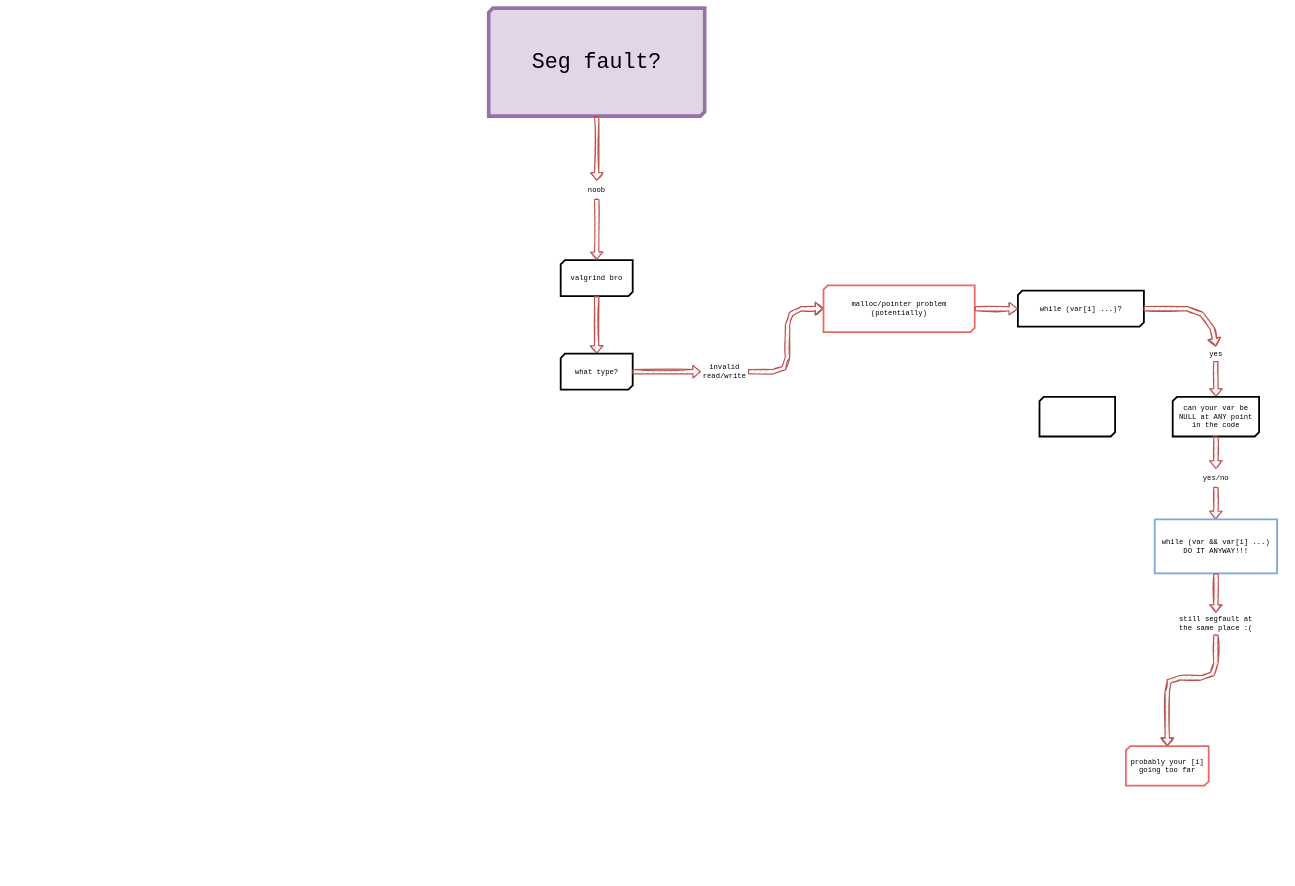
The draw.io diagram Untitled Diagram.drawio in SatNavvv/sigsevguide, before the edit. Source tidied: cells renumbered, new cells numbered last; positions are measured from the earlier drawing's top-left corner, leaving out a move shared by most shapes. Both pictures are drawn from the tidied source at 36%, with x=0, y=0 at pixel (489, 8).
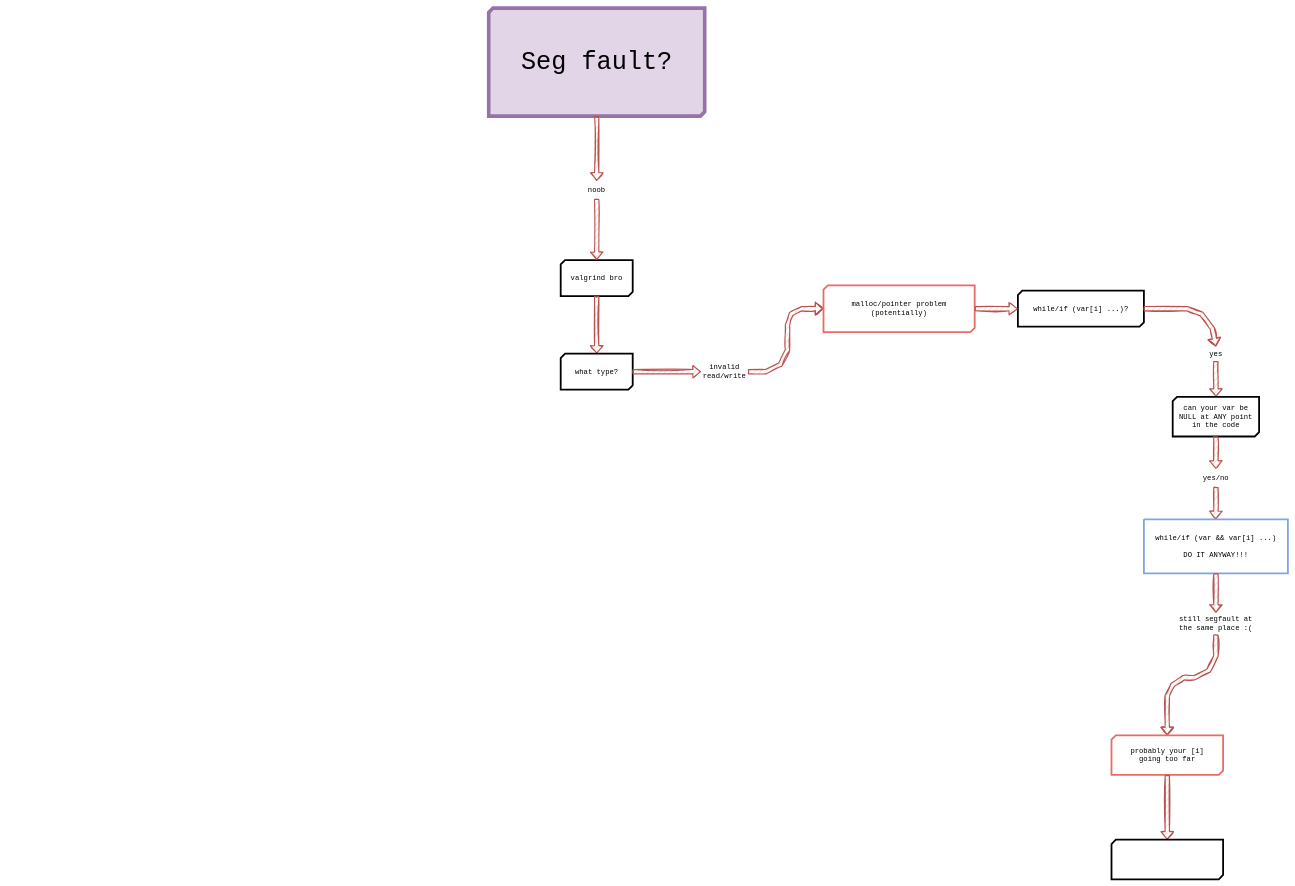
Above is the later version.

Unchanged cells that the change refers to:
```xml
<mxCell id="16" value="&lt;font style=&quot;font-size: 20px;&quot; face=&quot;Courier New&quot;&gt;invalid read/write&lt;/font&gt;" style="text;html=1;align=center;verticalAlign=middle;whiteSpace=wrap;rounded=0;fontFamily=Helvetica;fontSize=12;fontColor=default;" parent="1" vertex="1">
  <mxGeometry x="590" y="995" width="130" height="30" as="geometry" />
</mxCell>
<mxCell id="18" value="&lt;font style=&quot;font-size: 20px;&quot; face=&quot;Courier New&quot;&gt;malloc/pointer problem (potentially)&lt;/font&gt;" style="text;html=1;align=center;verticalAlign=middle;whiteSpace=wrap;rounded=0;fontFamily=Helvetica;fontSize=12;fontColor=default;" parent="1" vertex="1">
  <mxGeometry x="930" y="770" width="420" height="130" as="geometry" />
</mxCell>
```

The edit, as a diff of the source:
```diff
@@
-    <mxCell id="3" value="&lt;font style=&quot;font-size: 20px;&quot; face=&quot;Courier New&quot;&gt;while (var[i] ...)?&lt;/font&gt;" style="text;html=1;align=center;verticalAlign=middle;whiteSpace=wrap;rounded=0;fontFamily=Helvetica;fontSize=12;fontColor=default;" parent="1" vertex="1">
+    <mxCell id="3" value="&lt;font style=&quot;font-size: 20px;&quot; face=&quot;Courier New&quot;&gt;while/if (var[i] ...)?&lt;/font&gt;" style="text;html=1;align=center;verticalAlign=middle;whiteSpace=wrap;rounded=0;fontFamily=Helvetica;fontSize=12;fontColor=default;" parent="1" vertex="1">
       <mxGeometry x="1470" y="770" width="350" height="130" as="geometry" />
     </mxCell>
@@
-    <mxCell id="5" value="&lt;p&gt;&lt;font style=&quot;font-size: 60px;&quot; face=&quot;Courier New&quot;&gt;Seg fault?&lt;/font&gt;&lt;/p&gt;" style="text;html=1;align=center;verticalAlign=middle;whiteSpace=wrap;rounded=0;fontFamily=Helvetica;fontSize=12;fontColor=default;" parent="1" vertex="1">
+    <mxCell id="5" value="&lt;p&gt;&lt;font style=&quot;font-size: 70px;&quot; face=&quot;Courier New&quot;&gt;Seg fault?&lt;/font&gt;&lt;/p&gt;" style="text;html=1;align=center;verticalAlign=middle;whiteSpace=wrap;rounded=0;fontFamily=Helvetica;fontSize=12;fontColor=default;" parent="1" vertex="1">
       <mxGeometry width="600" height="300" as="geometry" />
     </mxCell>
@@
     <mxCell id="14" style="shape=flexArrow;endArrow=classic;html=1;rounded=0;sketch=1;jiggle=2;curveFitting=1;strokeColor=#b85450;strokeWidth=3;align=center;verticalAlign=middle;fontFamily=Helvetica;fontSize=12;fontColor=default;labelBackgroundColor=default;flowAnimation=0;sourcePerimeterSpacing=0;targetPerimeterSpacing=0;fillColor=#f8cecc;exitX=1;exitY=0.5;exitDx=0;exitDy=0;entryX=0;entryY=0.5;entryDx=0;entryDy=0;" parent="1" edge="1" source="16" target="18">
       <mxGeometry relative="1" as="geometry">
         <Array as="points">
-          <mxPoint x="790" y="1010" />
-          <mxPoint x="820" y="1000" />
-          <mxPoint x="830" y="970" />
+          <mxPoint x="770" y="1010" />
+          <mxPoint x="810" y="990" />
+          <mxPoint x="830" y="950" />
           <mxPoint x="830" y="880" />
           <mxPoint x="840" y="850" />
           <mxPoint x="870" y="835" />
         </Array>
       </mxGeometry>
     </mxCell>
@@
     <mxCell id="31" style="verticalLabelPosition=bottom;verticalAlign=middle;html=1;shape=mxgraph.basic.patternFillRect;fillStyle=solid;step=5;fillStrokeWidth=0.2;fillStrokeColor=#dddddd;rounded=0;align=center;fontFamily=Helvetica;fontSize=12;strokeWidth=5;labelBackgroundColor=default;gradientColor=none;strokeColor=#7EA6E0;" parent="1" vertex="1">
-      <mxGeometry x="1850" y="1420" width="340" height="150" as="geometry" />
+      <mxGeometry x="1820" y="1420" width="400" height="150" as="geometry" />
     </mxCell>
+    <mxCell id="33" value="&lt;div&gt;&lt;font face=&quot;Courier New&quot; style=&quot;font-size: 20px;&quot;&gt;while/if (var &amp;amp;&amp;amp; var[i] ...)&lt;/font&gt;&lt;/div&gt;&lt;div&gt;&lt;font face=&quot;Courier New&quot; style=&quot;font-size: 20px;&quot;&gt;&lt;br&gt;&lt;/font&gt;&lt;/div&gt;&lt;div&gt;&lt;font face=&quot;Courier New&quot; style=&quot;font-size: 20px;&quot;&gt;DO IT ANYWAY!!!&lt;br&gt;&lt;/font&gt;&lt;/div&gt;" style="text;html=1;align=center;verticalAlign=middle;whiteSpace=wrap;rounded=0;fontFamily=Helvetica;fontSize=12;fontColor=default;" parent="1" vertex="1">
+      <mxGeometry x="1820" y="1420" width="400" height="150" as="geometry" />
+    </mxCell>
@@
-    <mxCell id="33" value="&lt;div&gt;&lt;font face=&quot;Courier New&quot; style=&quot;font-size: 20px;&quot;&gt;while (var &amp;amp;&amp;amp; var[i] ...)&lt;/font&gt;&lt;/div&gt;&lt;div&gt;&lt;font face=&quot;Courier New&quot; style=&quot;font-size: 20px;&quot;&gt;DO IT ANYWAY!!!&lt;br&gt;&lt;/font&gt;&lt;/div&gt;" style="text;html=1;align=center;verticalAlign=middle;whiteSpace=wrap;rounded=0;fontFamily=Helvetica;fontSize=12;fontColor=default;" parent="1" vertex="1">
-      <mxGeometry x="1860" y="1420" width="320" height="150" as="geometry" />
-    </mxCell>
@@
-    <mxCell id="36" style="verticalLabelPosition=bottom;verticalAlign=top;html=1;shape=mxgraph.basic.diag_snip_rect;dx=6;whiteSpace=wrap;rounded=0;align=center;fontFamily=Helvetica;fontSize=12;fontColor=default;fillColor=default;gradientColor=none;strokeWidth=5;" parent="1" vertex="1">
-      <mxGeometry x="1530" y="1080" width="210" height="110" as="geometry" />
-    </mxCell>
@@
     <mxCell id="38" value="&amp;nbsp;" style="shape=flexArrow;endArrow=classic;html=1;rounded=0;sketch=1;jiggle=2;curveFitting=1;strokeColor=#b85450;strokeWidth=3;align=center;verticalAlign=middle;fontFamily=Helvetica;fontSize=12;fontColor=default;labelBackgroundColor=default;flowAnimation=0;sourcePerimeterSpacing=0;targetPerimeterSpacing=0;fillColor=#f8cecc;entryX=0.5;entryY=0;entryDx=0;entryDy=0;entryPerimeter=0;" parent="1" edge="1" target="39">
       <mxGeometry x="-0.93" y="-140" relative="1" as="geometry">
         <mxPoint x="2020" y="1740" as="sourcePoint" />
         <Array as="points">
-          <mxPoint x="2020" y="1820" />
-          <mxPoint x="2010" y="1850" />
-          <mxPoint x="1980" y="1860" />
-          <mxPoint x="1920" y="1860" />
-          <mxPoint x="1890" y="1870" />
-          <mxPoint x="1885" y="1900" />
+          <mxPoint x="2020" y="1800" />
+          <mxPoint x="2000" y="1840" />
+          <mxPoint x="1960" y="1860" />
+          <mxPoint x="1930" y="1860" />
+          <mxPoint x="1900" y="1880" />
+          <mxPoint x="1885" y="1910" />
         </Array>
       </mxGeometry>
     </mxCell>
     <mxCell id="39" style="verticalLabelPosition=bottom;verticalAlign=top;html=1;shape=mxgraph.basic.diag_snip_rect;dx=6;whiteSpace=wrap;rounded=0;align=center;fontFamily=Helvetica;fontSize=12;fontColor=default;fillColor=default;gradientColor=none;strokeWidth=5;strokeColor=#EA6B66;" parent="1" vertex="1">
-      <mxGeometry x="1770" y="2050" width="230" height="110" as="geometry" />
+      <mxGeometry x="1730" y="2020" width="310" height="110" as="geometry" />
     </mxCell>
@@
+    <mxCell id="45" style="edgeStyle=none;shape=flexArrow;rounded=0;sketch=1;jiggle=2;curveFitting=1;jettySize=auto;html=1;strokeColor=#b85450;strokeWidth=3;align=center;verticalAlign=middle;fontFamily=Helvetica;fontSize=12;fontColor=default;labelBackgroundColor=default;startArrow=none;startFill=0;endArrow=classic;flowAnimation=0;sourcePerimeterSpacing=0;targetPerimeterSpacing=0;fillColor=#f8cecc;entryX=0.5;entryY=0;entryDx=0;entryDy=0;entryPerimeter=0;" parent="1" edge="1" source="44" target="46">
+      <mxGeometry relative="1" as="geometry" />
+    </mxCell>
+    <mxCell id="44" value="&lt;font style=&quot;font-size: 20px;&quot; face=&quot;Courier New&quot;&gt;probably your [i] going too far&lt;/font&gt;" style="text;html=1;align=center;verticalAlign=middle;whiteSpace=wrap;rounded=0;fontFamily=Helvetica;fontSize=12;fontColor=default;" parent="1" vertex="1">
+      <mxGeometry x="1760" y="2020" width="250" height="110" as="geometry" />
+    </mxCell>
@@
-    <mxCell id="44" value="&lt;font style=&quot;font-size: 20px;&quot; face=&quot;Courier New&quot;&gt;probably your [i] going too far&lt;/font&gt;" style="text;html=1;align=center;verticalAlign=middle;whiteSpace=wrap;rounded=0;fontFamily=Helvetica;fontSize=12;fontColor=default;" parent="1" vertex="1">
-      <mxGeometry x="1770" y="2050" width="230" height="110" as="geometry" />
-    </mxCell>
+    <mxCell id="46" style="verticalLabelPosition=bottom;verticalAlign=top;html=1;shape=mxgraph.basic.diag_snip_rect;dx=6;whiteSpace=wrap;rounded=0;align=center;fontFamily=Helvetica;fontSize=12;fontColor=default;fillColor=default;gradientColor=none;strokeWidth=5;strokeColor=#000000;" parent="1" vertex="1">
+      <mxGeometry x="1730" y="2310" width="310" height="110" as="geometry" />
+    </mxCell>
+    <mxCell id="47" value="&amp;nbsp;" style="text;whiteSpace=wrap;html=1;fontFamily=Helvetica;fontSize=12;fontColor=default;" parent="1" vertex="1">
+      <mxGeometry x="-1340" y="150" width="40" height="40" as="geometry" />
+    </mxCell>
```
